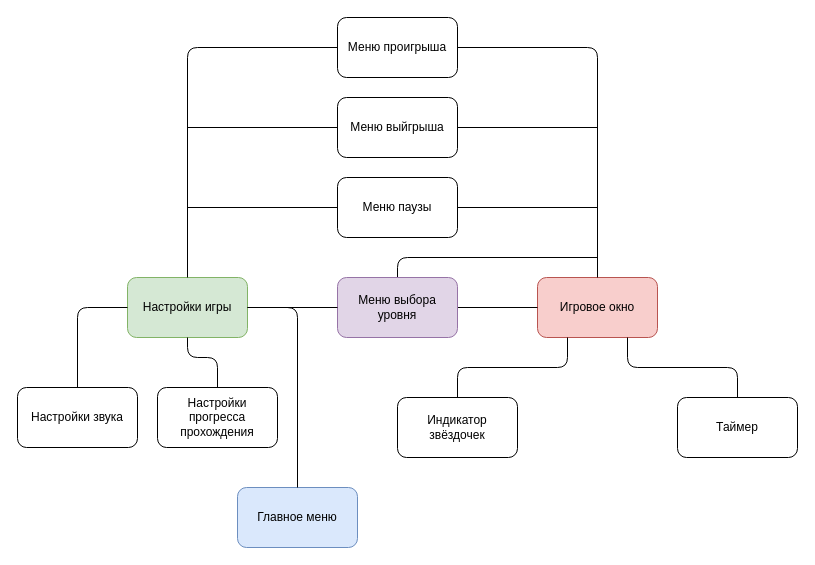
The draw.io diagram doc/structure_diagram/structure.drawio in itfray/GameGrinch2D, before the edit. Source tidied: cells renumbered, new cells numbered last; positions are measured from the earlier drawing's top-left corner, leaving out a move shared by most shapes. Both pictures are drawn from the tidied source at 100%, with x=0, y=0 at pixel (17, 17).
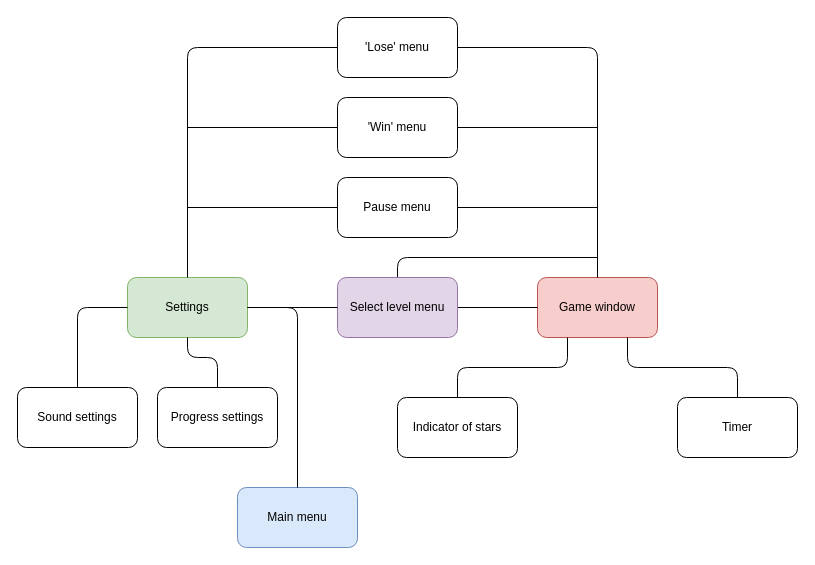
Above is the later version.

Change to the diagram source:
```diff
@@
-    <mxCell id="2" value="Главное меню" style="rounded=1;whiteSpace=wrap;html=1;fillColor=#dae8fc;strokeColor=#6c8ebf;" parent="1" vertex="1">
+    <mxCell id="2" value="Main menu" style="rounded=1;whiteSpace=wrap;html=1;fillColor=#dae8fc;strokeColor=#6c8ebf;" parent="1" vertex="1">
       <mxGeometry x="220" y="470" width="120" height="60" as="geometry" />
     </mxCell>
-    <mxCell id="3" value="Настройки игры" style="rounded=1;whiteSpace=wrap;html=1;fillColor=#d5e8d4;strokeColor=#82b366;" parent="1" vertex="1">
+    <mxCell id="3" value="Settings" style="rounded=1;whiteSpace=wrap;html=1;fillColor=#d5e8d4;strokeColor=#82b366;" parent="1" vertex="1">
       <mxGeometry x="110" y="260" width="120" height="60" as="geometry" />
     </mxCell>
-    <mxCell id="4" value="Настройки звука" style="rounded=1;whiteSpace=wrap;html=1;" parent="1" vertex="1">
+    <mxCell id="4" value="Sound settings" style="rounded=1;whiteSpace=wrap;html=1;" parent="1" vertex="1">
       <mxGeometry y="370" width="120" height="60" as="geometry" />
     </mxCell>
-    <mxCell id="5" value="Настройки прогресса прохождения" style="rounded=1;whiteSpace=wrap;html=1;" parent="1" vertex="1">
+    <mxCell id="5" value="Progress settings" style="rounded=1;whiteSpace=wrap;html=1;" parent="1" vertex="1">
       <mxGeometry x="140" y="370" width="120" height="60" as="geometry" />
     </mxCell>
-    <mxCell id="6" value="Игровое окно" style="rounded=1;whiteSpace=wrap;html=1;fillColor=#f8cecc;strokeColor=#b85450;" parent="1" vertex="1">
+    <mxCell id="6" value="Game window" style="rounded=1;whiteSpace=wrap;html=1;fillColor=#f8cecc;strokeColor=#b85450;" parent="1" vertex="1">
       <mxGeometry x="520" y="260" width="120" height="60" as="geometry" />
     </mxCell>
@@
-    <mxCell id="8" value="Индикатор звёздочек" style="rounded=1;whiteSpace=wrap;html=1;" parent="1" vertex="1">
+    <mxCell id="8" value="Indicator of stars" style="rounded=1;whiteSpace=wrap;html=1;" parent="1" vertex="1">
       <mxGeometry x="380" y="380" width="120" height="60" as="geometry" />
     </mxCell>
-    <mxCell id="9" value="Таймер" style="rounded=1;whiteSpace=wrap;html=1;" parent="1" vertex="1">
+    <mxCell id="9" value="Timer" style="rounded=1;whiteSpace=wrap;html=1;" parent="1" vertex="1">
       <mxGeometry x="660" y="380" width="120" height="60" as="geometry" />
     </mxCell>
@@
-    <mxCell id="12" value="Меню паузы" style="rounded=1;whiteSpace=wrap;html=1;" parent="1" vertex="1">
+    <mxCell id="12" value="Pause menu" style="rounded=1;whiteSpace=wrap;html=1;" parent="1" vertex="1">
       <mxGeometry x="320" y="160" width="120" height="60" as="geometry" />
     </mxCell>
-    <mxCell id="13" value="Меню выйгрыша" style="rounded=1;whiteSpace=wrap;html=1;" parent="1" vertex="1">
+    <mxCell id="13" value="'Win' menu" style="rounded=1;whiteSpace=wrap;html=1;" parent="1" vertex="1">
       <mxGeometry x="320" y="80" width="120" height="60" as="geometry" />
     </mxCell>
-    <mxCell id="14" value="Меню проигрыша" style="rounded=1;whiteSpace=wrap;html=1;" parent="1" vertex="1">
+    <mxCell id="14" value="'Lose' menu" style="rounded=1;whiteSpace=wrap;html=1;" parent="1" vertex="1">
       <mxGeometry x="320" width="120" height="60" as="geometry" />
     </mxCell>
@@
-    <mxCell id="22" value="Меню выбора уровня" style="rounded=1;whiteSpace=wrap;html=1;fillColor=#e1d5e7;strokeColor=#9673a6;" parent="1" vertex="1">
+    <mxCell id="22" value="Select level menu" style="rounded=1;whiteSpace=wrap;html=1;fillColor=#e1d5e7;strokeColor=#9673a6;" parent="1" vertex="1">
       <mxGeometry x="320" y="260" width="120" height="60" as="geometry" />
     </mxCell>
```
